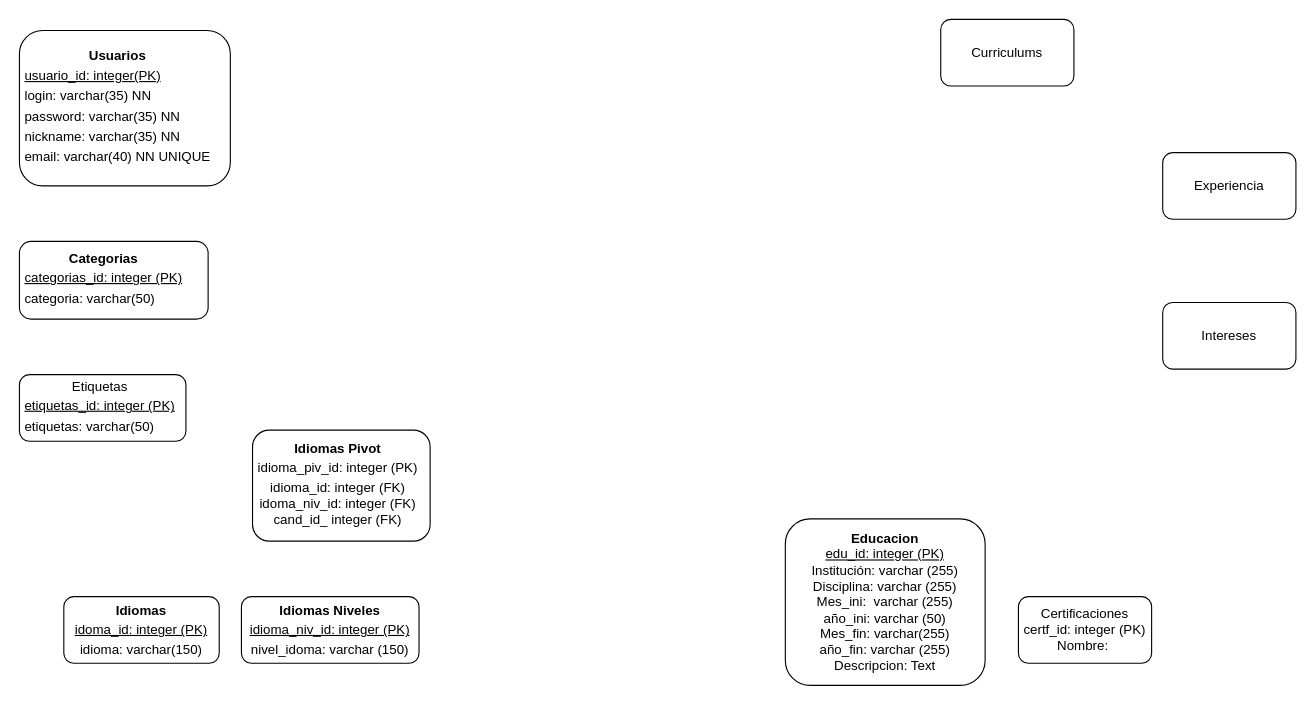
habidco/panelahrmproject keeps this draw.io diagram as PanelaHRM Diagram.drawio. Above is the earlier version. Source tidied: cells renumbered, new cells numbered last; positions are measured from the earlier drawing's top-left corner, leaving out a move shared by most shapes. Both pictures are drawn from the tidied source at 111%, with x=0, y=0 at pixel (19, 19).
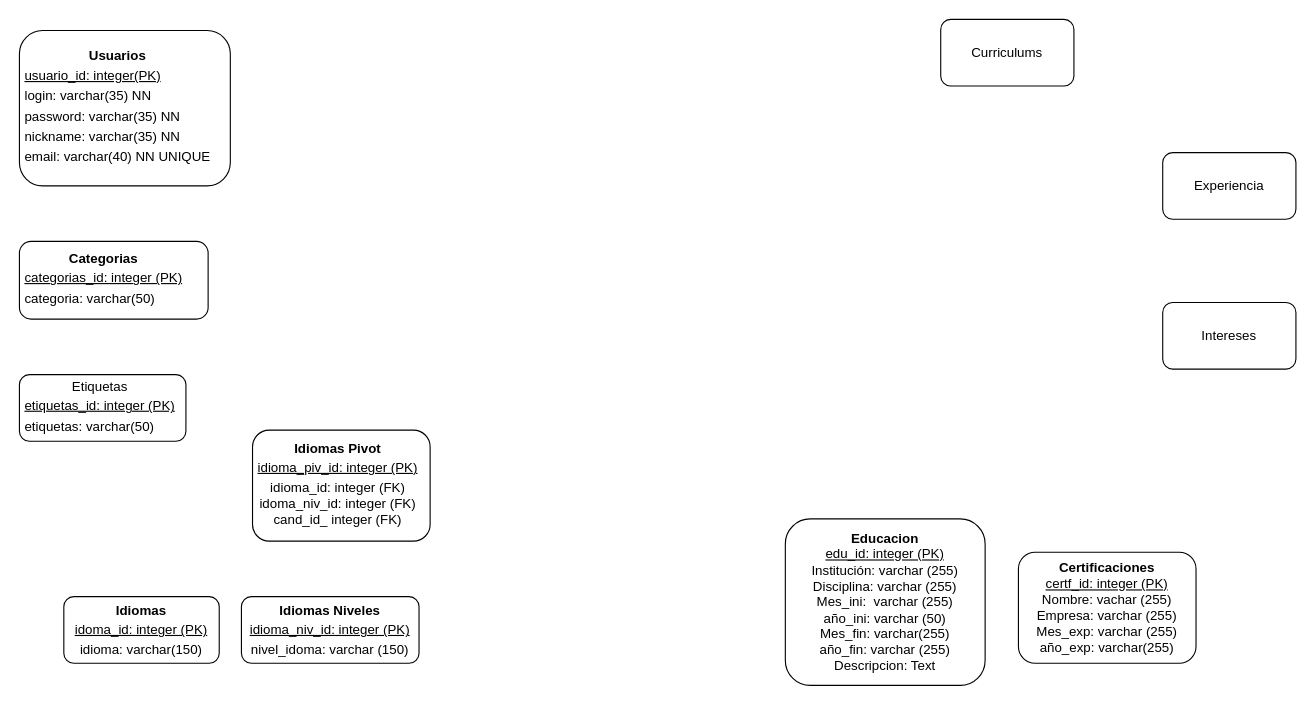
Above is the later version.

Change to the diagram source:
```diff
@@
 <mxGraphModel>
   <root>
     <mxCell id="0" />
     <mxCell id="1" parent="0" />
     <mxCell id="2" value="&lt;div style=&quot;text-align: center;&quot;&gt;&lt;b style=&quot;background-color: initial;&quot;&gt;Usuarios&lt;/b&gt;&lt;/div&gt;&lt;table&gt;&lt;tbody&gt;&lt;tr&gt;&lt;td&gt;&lt;u&gt;usuario_id: integer(PK)&lt;/u&gt;&lt;/td&gt;&lt;/tr&gt;&lt;tr&gt;&lt;td&gt;login: varchar(35) NN&lt;/td&gt;&lt;/tr&gt;&lt;tr&gt;&lt;td&gt;password: varchar(35) NN&lt;/td&gt;&lt;/tr&gt;&lt;tr&gt;&lt;td&gt;nickname: varchar(35) NN&lt;/td&gt;&lt;/tr&gt;&lt;tr&gt;&lt;td&gt;email: varchar(40) NN UNIQUE&lt;/td&gt;&lt;/tr&gt;&lt;/tbody&gt;&lt;/table&gt;" style="rounded=1;whiteSpace=wrap;html=1;align=left;" parent="1" vertex="1">
       <mxGeometry y="10" width="190" height="140" as="geometry" />
     </mxCell>
     <mxCell id="3" value="&lt;div style=&quot;text-align: center;&quot;&gt;&lt;span style=&quot;background-color: initial;&quot;&gt;&lt;b&gt;Categorias&lt;/b&gt;&lt;/span&gt;&lt;/div&gt;&lt;table style=&quot;&quot;&gt;&lt;tbody&gt;&lt;tr&gt;&lt;td&gt;&lt;u&gt;categorias_id: integer (PK)&lt;/u&gt;&lt;/td&gt;&lt;/tr&gt;&lt;tr&gt;&lt;td&gt;categoria: varchar(50)&lt;/td&gt;&lt;/tr&gt;&lt;/tbody&gt;&lt;/table&gt;" style="rounded=1;whiteSpace=wrap;html=1;align=left;" parent="1" vertex="1">
       <mxGeometry y="200" width="170" height="70" as="geometry" />
     </mxCell>
     <mxCell id="4" value="&lt;div style=&quot;text-align: center;&quot;&gt;&lt;span style=&quot;background-color: initial;&quot;&gt;Etiquetas&lt;/span&gt;&lt;/div&gt;&lt;table&gt;&lt;tbody&gt;&lt;tr&gt;&lt;td&gt;&lt;u&gt;etiquetas_id: integer (PK)&lt;/u&gt;&lt;/td&gt;&lt;/tr&gt;&lt;tr&gt;&lt;td&gt;etiquetas: varchar(50)&lt;/td&gt;&lt;/tr&gt;&lt;/tbody&gt;&lt;/table&gt;" style="rounded=1;whiteSpace=wrap;html=1;align=left;" parent="1" vertex="1">
       <mxGeometry y="320" width="150" height="60" as="geometry" />
     </mxCell>
     <mxCell id="5" value="Curriculums&lt;br&gt;" style="rounded=1;whiteSpace=wrap;html=1;" parent="1" vertex="1">
       <mxGeometry x="830" width="120" height="60" as="geometry" />
     </mxCell>
     <mxCell id="6" value="&lt;b&gt;Educacion&lt;/b&gt;&lt;br&gt;&lt;u&gt;edu_id: integer (PK)&lt;br&gt;&lt;/u&gt;Institución: varchar (255)&lt;br&gt;Disciplina: varchar (255)&lt;br&gt;Mes_ini:&amp;nbsp; varchar (255)&lt;br&gt;año_ini: varchar (50)&lt;br&gt;Mes_fin: varchar(255)&lt;br&gt;año_fin: varchar (255)&lt;br&gt;Descripcion: Text" style="rounded=1;whiteSpace=wrap;html=1;" parent="1" vertex="1">
       <mxGeometry x="690" y="450" width="180" height="150" as="geometry" />
     </mxCell>
     <mxCell id="7" value="Experiencia" style="rounded=1;whiteSpace=wrap;html=1;" parent="1" vertex="1">
       <mxGeometry x="1030" y="120" width="120" height="60" as="geometry" />
     </mxCell>
-    <mxCell id="8" value="Certificaciones&lt;br&gt;certf_id: integer (PK)&lt;br&gt;Nombre:&amp;nbsp;" style="rounded=1;whiteSpace=wrap;html=1;" parent="1" vertex="1">
-      <mxGeometry x="900" y="520" width="120" height="60" as="geometry" />
+    <mxCell id="8" value="&lt;b&gt;Certificaciones&lt;br&gt;&lt;/b&gt;&lt;u&gt;certf_id: integer (PK)&lt;br&gt;&lt;/u&gt;Nombre: vachar (255)&lt;br&gt;Empresa: varchar (255)&lt;br&gt;Mes_exp: varchar (255)&lt;br&gt;año_exp: varchar(255)" style="rounded=1;whiteSpace=wrap;html=1;" parent="1" vertex="1">
+      <mxGeometry x="900" y="480" width="160" height="100" as="geometry" />
     </mxCell>
     <mxCell id="9" value="&lt;b&gt;Idiomas&lt;/b&gt;&lt;br&gt;&lt;table&gt;&lt;tbody&gt;&lt;tr&gt;&lt;td&gt;&lt;u&gt;idoma_id: integer (PK)&lt;/u&gt;&lt;/td&gt;&lt;/tr&gt;&lt;/tbody&gt;&lt;/table&gt;idioma: varchar(150)" style="rounded=1;whiteSpace=wrap;html=1;" parent="1" vertex="1">
       <mxGeometry x="40" y="520" width="140" height="60" as="geometry" />
     </mxCell>
     <mxCell id="10" value="Intereses" style="rounded=1;whiteSpace=wrap;html=1;" parent="1" vertex="1">
       <mxGeometry x="1030" y="255" width="120" height="60" as="geometry" />
     </mxCell>
     <mxCell id="11" value="&lt;b&gt;Idiomas Niveles&lt;br&gt;&lt;/b&gt;&lt;table&gt;&lt;tbody&gt;&lt;tr&gt;&lt;td&gt;&lt;u&gt;idioma_niv_id: integer (PK)&lt;/u&gt;&lt;/td&gt;&lt;/tr&gt;&lt;/tbody&gt;&lt;/table&gt;nivel_idoma: varchar (150)" style="rounded=1;whiteSpace=wrap;html=1;" parent="1" vertex="1">
       <mxGeometry x="200" y="520" width="160" height="60" as="geometry" />
     </mxCell>
-    <mxCell id="12" value="&lt;div style=&quot;text-align: center;&quot;&gt;&lt;span style=&quot;background-color: initial;&quot;&gt;&lt;b&gt;Idiomas Pivot&lt;/b&gt;&lt;/span&gt;&lt;/div&gt;&lt;table style=&quot;text-align: center;&quot;&gt;&lt;tbody&gt;&lt;tr&gt;&lt;td&gt;idioma_piv_id: integer (PK)&lt;/td&gt;&lt;/tr&gt;&lt;tr&gt;&lt;td&gt;idioma_id: integer (FK)&lt;br&gt;idoma_niv_id: integer (FK)&lt;br&gt;cand_id_ integer (FK)&lt;/td&gt;&lt;/tr&gt;&lt;/tbody&gt;&lt;/table&gt;" style="rounded=1;whiteSpace=wrap;html=1;align=left;" parent="1" vertex="1">
+    <mxCell id="12" value="&lt;div style=&quot;text-align: center;&quot;&gt;&lt;span style=&quot;background-color: initial;&quot;&gt;&lt;b&gt;Idiomas Pivot&lt;/b&gt;&lt;/span&gt;&lt;/div&gt;&lt;table style=&quot;text-align: center;&quot;&gt;&lt;tbody&gt;&lt;tr&gt;&lt;td&gt;&lt;u&gt;idioma_piv_id: integer (PK)&lt;/u&gt;&lt;/td&gt;&lt;/tr&gt;&lt;tr&gt;&lt;td&gt;idioma_id: integer (FK)&lt;br&gt;idoma_niv_id: integer (FK)&lt;br&gt;cand_id_ integer (FK)&lt;/td&gt;&lt;/tr&gt;&lt;/tbody&gt;&lt;/table&gt;" style="rounded=1;whiteSpace=wrap;html=1;align=left;" parent="1" vertex="1">
       <mxGeometry x="210" y="370" width="160" height="100" as="geometry" />
     </mxCell>
   </root>
 </mxGraphModel>
```
